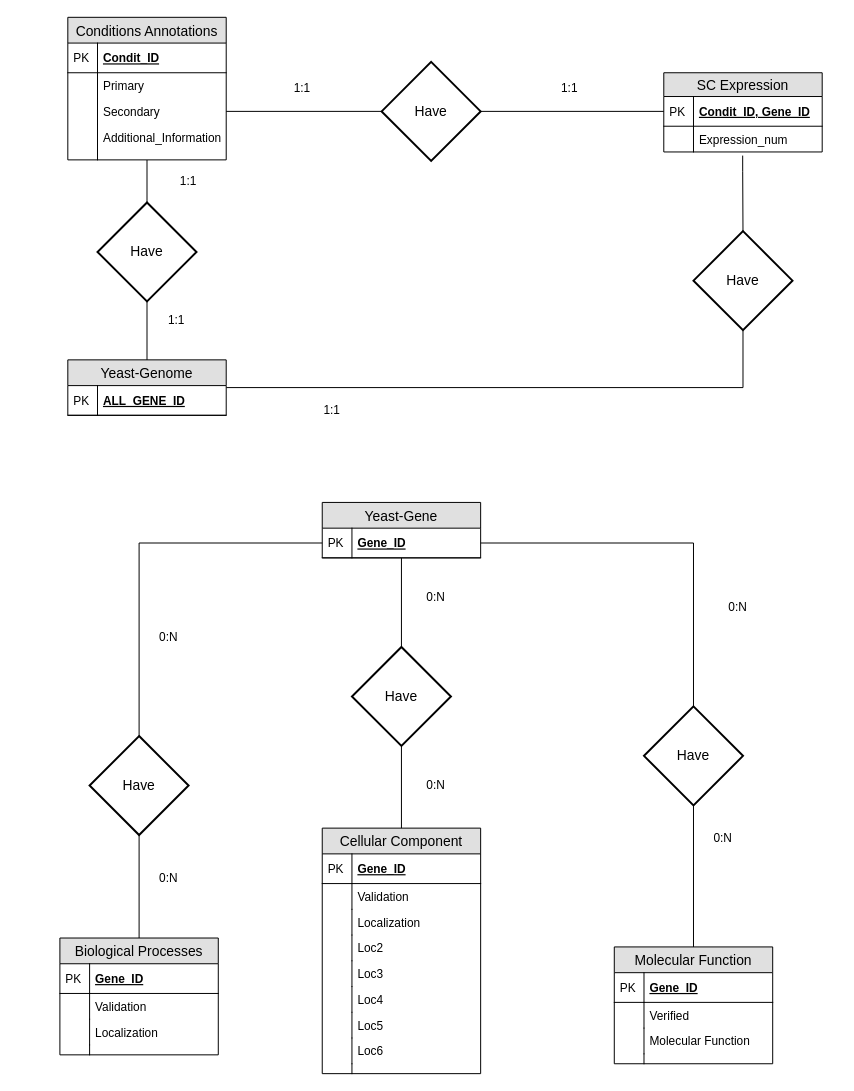
This is Yeast_Transcriptomics_DB_ER.drawio from thangdaoo/YeastTranscriptomics-DB, a draw.io file, before an edit. Source tidied: cells renumbered, new cells numbered last; positions are measured from the earlier drawing's top-left corner, leaving out a move shared by most shapes. Both pictures are drawn from the tidied source at 99%, with x=0, y=0 at pixel (59, 17).
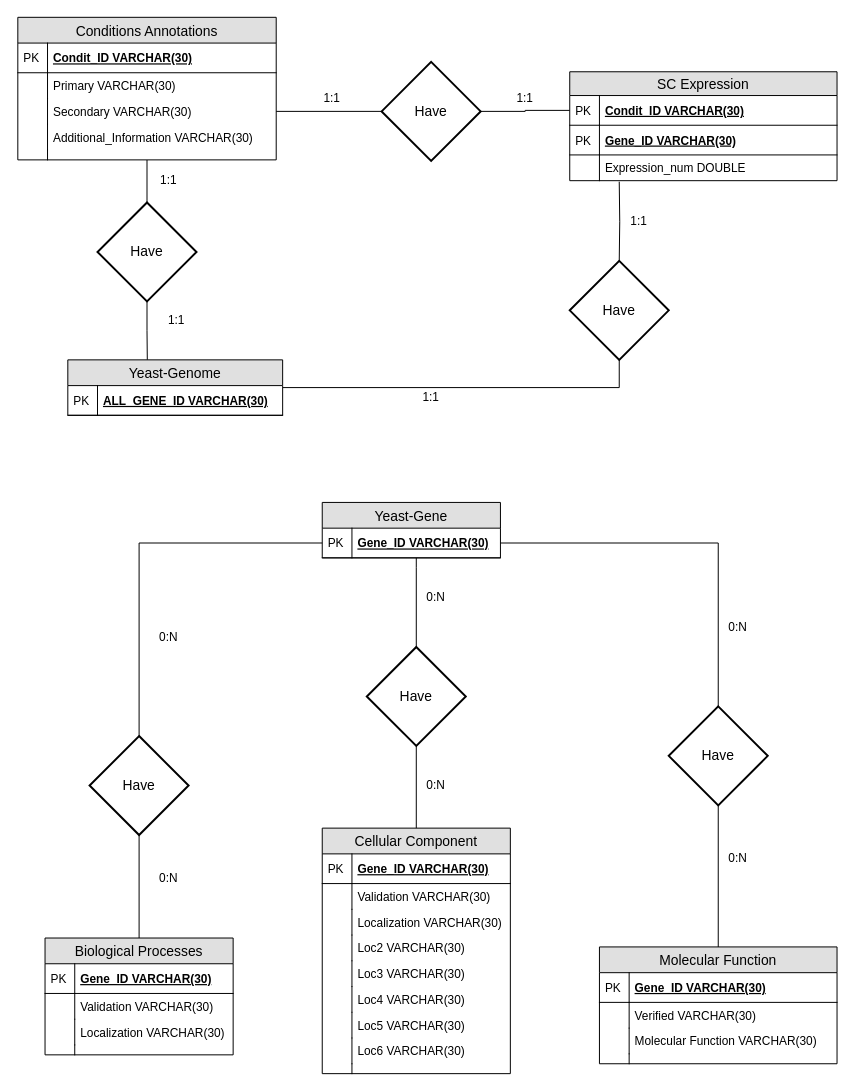
Above is the later version.

Unchanged cells that the change refers to:
```xml
<mxCell id="75" value="Have" style="shape=rhombus;strokeWidth=2;fontSize=17;perimeter=rhombusPerimeter;whiteSpace=wrap;html=1;align=center;fontSize=14;" parent="1" vertex="1">
  <mxGeometry x="38" y="187" width="100" height="100" as="geometry" />
</mxCell>
```

Change to the diagram source:
```diff
@@
     <mxCell id="3" value="Conditions Annotations" style="swimlane;fontStyle=0;horizontal=1;startSize=26;fillColor=#e0e0e0;swimlaneFillColor=#ffffff;align=center;fontSize=14;" parent="1" vertex="1">
-      <mxGeometry x="8" width="160" height="144" as="geometry" />
+      <mxGeometry x="-42.5" width="261" height="144" as="geometry" />
     </mxCell>
-    <mxCell id="4" value="Condit_ID" style="shape=partialRectangle;top=0;left=0;right=0;bottom=1;align=left;verticalAlign=middle;fillColor=none;spacingLeft=34;spacingRight=4;overflow=hidden;fontStyle=5;fontSize=12;" parent="3" vertex="1">
-      <mxGeometry y="26" width="160" height="30" as="geometry" />
+    <mxCell id="4" value="Condit_ID VARCHAR(30)" style="shape=partialRectangle;top=0;left=0;right=0;bottom=1;align=left;verticalAlign=middle;fillColor=none;spacingLeft=34;spacingRight=4;overflow=hidden;fontStyle=5;fontSize=12;" parent="3" vertex="1">
+      <mxGeometry y="26" width="261" height="30" as="geometry" />
     </mxCell>
@@
-    <mxCell id="6" value="Primary" style="shape=partialRectangle;top=0;left=0;right=0;bottom=0;align=left;verticalAlign=top;fillColor=none;spacingLeft=34;spacingRight=4;overflow=hidden;fontSize=12;" parent="3" vertex="1">
-      <mxGeometry y="56" width="160" height="26" as="geometry" />
+    <mxCell id="6" value="Primary VARCHAR(30)" style="shape=partialRectangle;top=0;left=0;right=0;bottom=0;align=left;verticalAlign=top;fillColor=none;spacingLeft=34;spacingRight=4;overflow=hidden;fontSize=12;" parent="3" vertex="1">
+      <mxGeometry y="56" width="261" height="26" as="geometry" />
     </mxCell>
@@
-    <mxCell id="8" value="Secondary" style="shape=partialRectangle;top=0;left=0;right=0;bottom=0;align=left;verticalAlign=top;fillColor=none;spacingLeft=34;spacingRight=4;overflow=hidden;points=[[0,0.5],[1,0.5]];portConstraint=eastwest;fontSize=12;" parent="3" vertex="1">
-      <mxGeometry y="82" width="160" height="26" as="geometry" />
+    <mxCell id="8" value="Secondary VARCHAR(30)" style="shape=partialRectangle;top=0;left=0;right=0;bottom=0;align=left;verticalAlign=top;fillColor=none;spacingLeft=34;spacingRight=4;overflow=hidden;points=[[0,0.5],[1,0.5]];portConstraint=eastwest;fontSize=12;" parent="3" vertex="1">
+      <mxGeometry y="82" width="261" height="26" as="geometry" />
     </mxCell>
@@
-    <mxCell id="10" value="Additional_Information" style="shape=partialRectangle;top=0;left=0;right=0;bottom=0;align=left;verticalAlign=top;fillColor=none;spacingLeft=34;spacingRight=4;overflow=hidden;fontSize=12;" parent="3" vertex="1">
-      <mxGeometry y="108" width="160" height="26" as="geometry" />
+    <mxCell id="10" value="Additional_Information VARCHAR(30)" style="shape=partialRectangle;top=0;left=0;right=0;bottom=0;align=left;verticalAlign=top;fillColor=none;spacingLeft=34;spacingRight=4;overflow=hidden;fontSize=12;" parent="3" vertex="1">
+      <mxGeometry y="108" width="261" height="26" as="geometry" />
     </mxCell>
@@
     <mxCell id="12" style="shape=partialRectangle;top=0;left=0;right=0;bottom=0;align=left;verticalAlign=top;fillColor=none;spacingLeft=34;spacingRight=4;overflow=hidden;fontSize=12;" parent="3" vertex="1">
-      <mxGeometry y="134" width="160" height="10" as="geometry" />
+      <mxGeometry y="134" width="261" height="10" as="geometry" />
     </mxCell>
@@
     <mxCell id="14" value="Biological Processes" style="swimlane;fontStyle=0;horizontal=1;startSize=26;fillColor=#e0e0e0;swimlaneFillColor=#ffffff;align=center;fontSize=14;" parent="1" vertex="1">
-      <mxGeometry y="930" width="160" height="118" as="geometry" />
+      <mxGeometry x="-15" y="930" width="190" height="118" as="geometry" />
     </mxCell>
-    <mxCell id="15" value="Gene_ID" style="shape=partialRectangle;top=0;left=0;right=0;bottom=1;align=left;verticalAlign=middle;fillColor=none;spacingLeft=34;spacingRight=4;overflow=hidden;fontStyle=5;fontSize=12;" parent="14" vertex="1">
-      <mxGeometry y="26" width="160" height="30" as="geometry" />
+    <mxCell id="15" value="Gene_ID VARCHAR(30)" style="shape=partialRectangle;top=0;left=0;right=0;bottom=1;align=left;verticalAlign=middle;fillColor=none;spacingLeft=34;spacingRight=4;overflow=hidden;fontStyle=5;fontSize=12;" parent="14" vertex="1">
+      <mxGeometry y="26" width="190" height="30" as="geometry" />
     </mxCell>
@@
-    <mxCell id="17" value="Validation" style="shape=partialRectangle;top=0;left=0;right=0;bottom=0;align=left;verticalAlign=top;fillColor=none;spacingLeft=34;spacingRight=4;overflow=hidden;fontSize=12;" parent="14" vertex="1">
-      <mxGeometry y="56" width="160" height="26" as="geometry" />
+    <mxCell id="17" value="Validation VARCHAR(30)" style="shape=partialRectangle;top=0;left=0;right=0;bottom=0;align=left;verticalAlign=top;fillColor=none;spacingLeft=34;spacingRight=4;overflow=hidden;fontSize=12;" parent="14" vertex="1">
+      <mxGeometry y="56" width="190" height="26" as="geometry" />
     </mxCell>
@@
-    <mxCell id="19" value="Localization" style="shape=partialRectangle;top=0;left=0;right=0;bottom=0;align=left;verticalAlign=top;fillColor=none;spacingLeft=34;spacingRight=4;overflow=hidden;fontSize=12;" parent="14" vertex="1">
-      <mxGeometry y="82" width="160" height="26" as="geometry" />
+    <mxCell id="19" value="Localization VARCHAR(30)" style="shape=partialRectangle;top=0;left=0;right=0;bottom=0;align=left;verticalAlign=top;fillColor=none;spacingLeft=34;spacingRight=4;overflow=hidden;fontSize=12;" parent="14" vertex="1">
+      <mxGeometry y="82" width="190" height="26" as="geometry" />
     </mxCell>
@@
     <mxCell id="21" style="shape=partialRectangle;top=0;left=0;right=0;bottom=0;align=left;verticalAlign=top;fillColor=none;spacingLeft=34;spacingRight=4;overflow=hidden;fontSize=12;" parent="14" vertex="1">
-      <mxGeometry y="108" width="160" height="10" as="geometry" />
+      <mxGeometry y="108" width="190" height="10" as="geometry" />
     </mxCell>
@@
     <mxCell id="23" value="Cellular Component" style="swimlane;fontStyle=0;horizontal=1;startSize=26;fillColor=#e0e0e0;swimlaneFillColor=#ffffff;align=center;fontSize=14;" parent="1" vertex="1">
-      <mxGeometry x="265" y="819" width="160" height="248" as="geometry" />
+      <mxGeometry x="265" y="819" width="190" height="248" as="geometry" />
     </mxCell>
-    <mxCell id="24" value="Gene_ID" style="shape=partialRectangle;top=0;left=0;right=0;bottom=1;align=left;verticalAlign=middle;fillColor=none;spacingLeft=34;spacingRight=4;overflow=hidden;fontStyle=5;fontSize=12;" parent="23" vertex="1">
-      <mxGeometry y="26" width="160" height="30" as="geometry" />
+    <mxCell id="24" value="Gene_ID VARCHAR(30)" style="shape=partialRectangle;top=0;left=0;right=0;bottom=1;align=left;verticalAlign=middle;fillColor=none;spacingLeft=34;spacingRight=4;overflow=hidden;fontStyle=5;fontSize=12;" parent="23" vertex="1">
+      <mxGeometry y="26" width="190" height="30" as="geometry" />
     </mxCell>
@@
-    <mxCell id="26" value="Validation" style="shape=partialRectangle;top=0;left=0;right=0;bottom=0;align=left;verticalAlign=top;fillColor=none;spacingLeft=34;spacingRight=4;overflow=hidden;fontSize=12;" parent="23" vertex="1">
-      <mxGeometry y="56" width="160" height="26" as="geometry" />
+    <mxCell id="26" value="Validation VARCHAR(30)" style="shape=partialRectangle;top=0;left=0;right=0;bottom=0;align=left;verticalAlign=top;fillColor=none;spacingLeft=34;spacingRight=4;overflow=hidden;fontSize=12;" parent="23" vertex="1">
+      <mxGeometry y="56" width="190" height="26" as="geometry" />
     </mxCell>
@@
-    <mxCell id="28" value="Localization" style="shape=partialRectangle;top=0;left=0;right=0;bottom=0;align=left;verticalAlign=top;fillColor=none;spacingLeft=34;spacingRight=4;overflow=hidden;fontSize=12;" parent="23" vertex="1">
-      <mxGeometry y="82" width="160" height="26" as="geometry" />
+    <mxCell id="28" value="Localization VARCHAR(30)" style="shape=partialRectangle;top=0;left=0;right=0;bottom=0;align=left;verticalAlign=top;fillColor=none;spacingLeft=34;spacingRight=4;overflow=hidden;fontSize=12;" parent="23" vertex="1">
+      <mxGeometry y="82" width="190" height="26" as="geometry" />
     </mxCell>
@@
-    <mxCell id="30" value="Loc2" style="shape=partialRectangle;top=0;left=0;right=0;bottom=0;align=left;verticalAlign=top;fillColor=none;spacingLeft=34;spacingRight=4;overflow=hidden;fontSize=12;" parent="23" vertex="1">
-      <mxGeometry y="108" width="160" height="26" as="geometry" />
+    <mxCell id="30" value="Loc2 VARCHAR(30)" style="shape=partialRectangle;top=0;left=0;right=0;bottom=0;align=left;verticalAlign=top;fillColor=none;spacingLeft=34;spacingRight=4;overflow=hidden;fontSize=12;" parent="23" vertex="1">
+      <mxGeometry y="108" width="190" height="26" as="geometry" />
     </mxCell>
@@
-    <mxCell id="32" value="Loc3" style="shape=partialRectangle;top=0;left=0;right=0;bottom=0;align=left;verticalAlign=top;fillColor=none;spacingLeft=34;spacingRight=4;overflow=hidden;fontSize=12;" parent="23" vertex="1">
-      <mxGeometry y="134" width="160" height="26" as="geometry" />
+    <mxCell id="32" value="Loc3 VARCHAR(30)" style="shape=partialRectangle;top=0;left=0;right=0;bottom=0;align=left;verticalAlign=top;fillColor=none;spacingLeft=34;spacingRight=4;overflow=hidden;fontSize=12;" parent="23" vertex="1">
+      <mxGeometry y="134" width="190" height="26" as="geometry" />
     </mxCell>
@@
-    <mxCell id="34" value="Loc4" style="shape=partialRectangle;top=0;left=0;right=0;bottom=0;align=left;verticalAlign=top;fillColor=none;spacingLeft=34;spacingRight=4;overflow=hidden;fontSize=12;" parent="23" vertex="1">
-      <mxGeometry y="160" width="160" height="26" as="geometry" />
+    <mxCell id="34" value="Loc4 VARCHAR(30)" style="shape=partialRectangle;top=0;left=0;right=0;bottom=0;align=left;verticalAlign=top;fillColor=none;spacingLeft=34;spacingRight=4;overflow=hidden;fontSize=12;" parent="23" vertex="1">
+      <mxGeometry y="160" width="190" height="26" as="geometry" />
     </mxCell>
@@
-    <mxCell id="36" value="Loc5" style="shape=partialRectangle;top=0;left=0;right=0;bottom=0;align=left;verticalAlign=top;fillColor=none;spacingLeft=34;spacingRight=4;overflow=hidden;fontSize=12;" parent="23" vertex="1">
-      <mxGeometry y="186" width="160" height="26" as="geometry" />
+    <mxCell id="36" value="Loc5 VARCHAR(30)" style="shape=partialRectangle;top=0;left=0;right=0;bottom=0;align=left;verticalAlign=top;fillColor=none;spacingLeft=34;spacingRight=4;overflow=hidden;fontSize=12;" parent="23" vertex="1">
+      <mxGeometry y="186" width="190" height="26" as="geometry" />
     </mxCell>
@@
-    <mxCell id="38" value="Loc6" style="shape=partialRectangle;top=0;left=0;right=0;bottom=0;align=left;verticalAlign=top;fillColor=none;spacingLeft=34;spacingRight=4;overflow=hidden;fontSize=12;" parent="23" vertex="1">
-      <mxGeometry y="212" width="160" height="26" as="geometry" />
+    <mxCell id="38" value="Loc6 VARCHAR(30)" style="shape=partialRectangle;top=0;left=0;right=0;bottom=0;align=left;verticalAlign=top;fillColor=none;spacingLeft=34;spacingRight=4;overflow=hidden;fontSize=12;" parent="23" vertex="1">
+      <mxGeometry y="212" width="190" height="26" as="geometry" />
     </mxCell>
@@
     <mxCell id="40" style="shape=partialRectangle;top=0;left=0;right=0;bottom=0;align=left;verticalAlign=top;fillColor=none;spacingLeft=34;spacingRight=4;overflow=hidden;fontSize=12;" parent="23" vertex="1">
-      <mxGeometry y="238" width="160" height="10" as="geometry" />
+      <mxGeometry y="238" width="190" height="10" as="geometry" />
     </mxCell>
@@
     <mxCell id="42" value="Molecular Function" style="swimlane;fontStyle=0;horizontal=1;startSize=26;fillColor=#e0e0e0;swimlaneFillColor=#ffffff;align=center;fontSize=14;" parent="1" vertex="1">
-      <mxGeometry x="560" y="939" width="160" height="118" as="geometry" />
+      <mxGeometry x="545" y="939" width="240" height="118" as="geometry" />
     </mxCell>
-    <mxCell id="43" value="Gene_ID" style="shape=partialRectangle;top=0;left=0;right=0;bottom=1;align=left;verticalAlign=middle;fillColor=none;spacingLeft=34;spacingRight=4;overflow=hidden;fontStyle=5;fontSize=12;" parent="42" vertex="1">
-      <mxGeometry y="26" width="160" height="30" as="geometry" />
+    <mxCell id="43" value="Gene_ID VARCHAR(30)" style="shape=partialRectangle;top=0;left=0;right=0;bottom=1;align=left;verticalAlign=middle;fillColor=none;spacingLeft=34;spacingRight=4;overflow=hidden;fontStyle=5;fontSize=12;" parent="42" vertex="1">
+      <mxGeometry y="26" width="240" height="30" as="geometry" />
     </mxCell>
@@
-    <mxCell id="45" value="Verified" style="shape=partialRectangle;top=0;left=0;right=0;bottom=0;align=left;verticalAlign=top;fillColor=none;spacingLeft=34;spacingRight=4;overflow=hidden;fontSize=12;" parent="42" vertex="1">
-      <mxGeometry y="56" width="160" height="26" as="geometry" />
+    <mxCell id="45" value="Verified VARCHAR(30)" style="shape=partialRectangle;top=0;left=0;right=0;bottom=0;align=left;verticalAlign=top;fillColor=none;spacingLeft=34;spacingRight=4;overflow=hidden;fontSize=12;" parent="42" vertex="1">
+      <mxGeometry y="56" width="240" height="26" as="geometry" />
     </mxCell>
@@
-    <mxCell id="47" value="Molecular Function" style="shape=partialRectangle;top=0;left=0;right=0;bottom=0;align=left;verticalAlign=top;fillColor=none;spacingLeft=34;spacingRight=4;overflow=hidden;fontSize=12;" parent="42" vertex="1">
-      <mxGeometry y="82" width="160" height="26" as="geometry" />
+    <mxCell id="47" value="Molecular Function VARCHAR(30)" style="shape=partialRectangle;top=0;left=0;right=0;bottom=0;align=left;verticalAlign=top;fillColor=none;spacingLeft=34;spacingRight=4;overflow=hidden;fontSize=12;" parent="42" vertex="1">
+      <mxGeometry y="82" width="240" height="26" as="geometry" />
     </mxCell>
@@
     <mxCell id="49" style="shape=partialRectangle;top=0;left=0;right=0;bottom=0;align=left;verticalAlign=top;fillColor=none;spacingLeft=34;spacingRight=4;overflow=hidden;fontSize=12;" parent="42" vertex="1">
-      <mxGeometry y="108" width="160" height="10" as="geometry" />
+      <mxGeometry y="108" width="240" height="10" as="geometry" />
     </mxCell>
@@
     <mxCell id="51" value="SC Expression" style="swimlane;fontStyle=0;horizontal=1;startSize=24;fillColor=#e0e0e0;swimlaneFillColor=#ffffff;align=center;fontSize=14;" parent="1" vertex="1">
-      <mxGeometry x="610" y="56" width="160" height="80" as="geometry" />
+      <mxGeometry x="515" y="55" width="270" height="110" as="geometry" />
     </mxCell>
-    <mxCell id="52" value="Condit_ID, Gene_ID" style="shape=partialRectangle;top=0;left=0;right=0;bottom=1;align=left;verticalAlign=middle;fillColor=none;spacingLeft=34;spacingRight=4;overflow=hidden;points=[[0,0.5],[1,0.5]];portConstraint=eastwest;fontStyle=5;fontSize=12;" parent="51" vertex="1">
-      <mxGeometry y="24" width="160" height="30" as="geometry" />
+    <mxCell id="52" value="Condit_ID VARCHAR(30)" style="shape=partialRectangle;top=0;left=0;right=0;bottom=1;align=left;verticalAlign=middle;fillColor=none;spacingLeft=34;spacingRight=4;overflow=hidden;points=[[0,0.5],[1,0.5]];portConstraint=eastwest;fontStyle=5;fontSize=12;" parent="51" vertex="1">
+      <mxGeometry y="24" width="270" height="30" as="geometry" />
     </mxCell>
@@
+    <mxCell id="90" value="Gene_ID VARCHAR(30)" style="shape=partialRectangle;top=0;left=0;right=0;bottom=1;align=left;verticalAlign=middle;fillColor=none;spacingLeft=34;spacingRight=4;overflow=hidden;fontStyle=5;fontSize=12;" parent="51" vertex="1">
+      <mxGeometry y="54" width="270" height="30" as="geometry" />
+    </mxCell>
+    <mxCell id="91" value="PK" style="shape=partialRectangle;top=0;left=0;bottom=0;fillColor=none;align=left;verticalAlign=middle;spacingLeft=4;spacingRight=4;overflow=hidden;fontSize=12;" parent="90" vertex="1">
+      <mxGeometry width="30" height="30" as="geometry" />
+    </mxCell>
-    <mxCell id="54" value="Expression_num" style="shape=partialRectangle;top=0;left=0;right=0;bottom=0;align=left;verticalAlign=top;fillColor=none;spacingLeft=34;spacingRight=4;overflow=hidden;points=[[0,0.5],[1,0.5]];portConstraint=eastwest;fontSize=12;" parent="51" vertex="1">
-      <mxGeometry y="54" width="160" height="26" as="geometry" />
+    <mxCell id="54" value="Expression_num DOUBLE" style="shape=partialRectangle;top=0;left=0;right=0;bottom=0;align=left;verticalAlign=top;fillColor=none;spacingLeft=34;spacingRight=4;overflow=hidden;points=[[0,0.5],[1,0.5]];portConstraint=eastwest;fontSize=12;" parent="51" vertex="1">
+      <mxGeometry y="84" width="270" height="26" as="geometry" />
     </mxCell>
@@
     <mxCell id="56" style="edgeStyle=orthogonalEdgeStyle;rounded=0;jettySize=auto;html=1;entryX=0.5;entryY=0;entryDx=0;entryDy=0;endArrow=none;endFill=0;" parent="1" edge="1" source="57" target="63">
-      <mxGeometry relative="1" as="geometry" />
+      <mxGeometry relative="1" as="geometry">
+        <Array as="points">
+          <mxPoint x="360" y="556" />
+          <mxPoint x="360" y="556" />
+        </Array>
+      </mxGeometry>
     </mxCell>
     <mxCell id="57" value="Yeast-Gene" style="swimlane;fontStyle=0;horizontal=1;startSize=26;fillColor=#e0e0e0;swimlaneFillColor=#ffffff;align=center;fontSize=14;" parent="1" vertex="1">
-      <mxGeometry x="265" y="490" width="160" height="56" as="geometry" />
+      <mxGeometry x="265" y="490" width="180" height="56" as="geometry" />
     </mxCell>
-    <mxCell id="58" value="Gene_ID" style="shape=partialRectangle;top=0;left=0;right=0;bottom=1;align=left;verticalAlign=middle;fillColor=none;spacingLeft=34;spacingRight=4;overflow=hidden;points=[[0,0.5],[1,0.5]];portConstraint=eastwest;fontStyle=5;fontSize=12;" parent="57" vertex="1">
-      <mxGeometry y="26" width="160" height="30" as="geometry" />
+    <mxCell id="58" value="Gene_ID VARCHAR(30)" style="shape=partialRectangle;top=0;left=0;right=0;bottom=1;align=left;verticalAlign=middle;fillColor=none;spacingLeft=34;spacingRight=4;overflow=hidden;points=[[0,0.5],[1,0.5]];portConstraint=eastwest;fontStyle=5;fontSize=12;" parent="57" vertex="1">
+      <mxGeometry y="26" width="180" height="30" as="geometry" />
     </mxCell>
@@
     <mxCell id="63" value="Have" style="shape=rhombus;strokeWidth=2;fontSize=17;perimeter=rhombusPerimeter;whiteSpace=wrap;html=1;align=center;fontSize=14;" parent="1" vertex="1">
-      <mxGeometry x="295" y="636" width="100" height="100" as="geometry" />
+      <mxGeometry x="310" y="636" width="100" height="100" as="geometry" />
     </mxCell>
@@
     <mxCell id="65" value="Have" style="shape=rhombus;strokeWidth=2;fontSize=17;perimeter=rhombusPerimeter;whiteSpace=wrap;html=1;align=center;fontSize=14;" parent="1" vertex="1">
-      <mxGeometry x="590" y="696" width="100" height="100" as="geometry" />
+      <mxGeometry x="615" y="696" width="100" height="100" as="geometry" />
     </mxCell>
@@
     <mxCell id="69" value="Yeast-Genome" style="swimlane;fontStyle=0;horizontal=1;startSize=26;fillColor=#e0e0e0;swimlaneFillColor=#ffffff;align=center;fontSize=14;" parent="1" vertex="1">
-      <mxGeometry x="8" y="346" width="160" height="56" as="geometry" />
+      <mxGeometry x="8" y="346" width="217" height="56" as="geometry" />
     </mxCell>
-    <mxCell id="70" value="ALL_GENE_ID" style="shape=partialRectangle;top=0;left=0;right=0;bottom=1;align=left;verticalAlign=middle;fillColor=none;spacingLeft=34;spacingRight=4;overflow=hidden;fontStyle=5;fontSize=12;" parent="69" vertex="1">
-      <mxGeometry y="26" width="160" height="30" as="geometry" />
+    <mxCell id="70" value="ALL_GENE_ID VARCHAR(30)" style="shape=partialRectangle;top=0;left=0;right=0;bottom=1;align=left;verticalAlign=middle;fillColor=none;spacingLeft=34;spacingRight=4;overflow=hidden;fontStyle=5;fontSize=12;" parent="69" vertex="1">
+      <mxGeometry y="26" width="217" height="30" as="geometry" />
     </mxCell>
@@
-    <mxCell id="74" style="edgeStyle=orthogonalEdgeStyle;rounded=0;jettySize=auto;html=1;entryX=0.5;entryY=0;entryDx=0;entryDy=0;endArrow=none;endFill=0;" parent="1" edge="1" source="75" target="69">
+    <mxCell id="74" style="edgeStyle=orthogonalEdgeStyle;rounded=0;jettySize=auto;html=1;endArrow=none;endFill=0;entryX=0.37;entryY=-0.003;entryDx=0;entryDy=0;entryPerimeter=0;" parent="1" edge="1" source="75" target="69">
       <mxGeometry relative="1" as="geometry" />
     </mxCell>
@@
     <mxCell id="77" value="1:1" style="text;html=1;strokeColor=none;fillColor=none;align=center;verticalAlign=middle;whiteSpace=wrap;rounded=0;" parent="1" vertex="1">
-      <mxGeometry x="110" y="155.5" width="40" height="20" as="geometry" />
+      <mxGeometry x="90" y="155" width="40" height="20" as="geometry" />
     </mxCell>
@@
     <mxCell id="79" value="1:1" style="text;html=1;strokeColor=none;fillColor=none;align=center;verticalAlign=middle;whiteSpace=wrap;rounded=0;" parent="1" vertex="1">
-      <mxGeometry x="225" y="62" width="40" height="20" as="geometry" />
+      <mxGeometry x="255" y="72" width="40" height="20" as="geometry" />
     </mxCell>
     <mxCell id="80" value="1:1" style="text;html=1;strokeColor=none;fillColor=none;align=center;verticalAlign=middle;whiteSpace=wrap;rounded=0;" parent="1" vertex="1">
-      <mxGeometry x="255" y="387" width="40" height="20" as="geometry" />
+      <mxGeometry x="355" y="374" width="40" height="20" as="geometry" />
     </mxCell>
     <mxCell id="81" value="1:1" style="text;html=1;strokeColor=none;fillColor=none;align=center;verticalAlign=middle;whiteSpace=wrap;rounded=0;" parent="1" vertex="1">
-      <mxGeometry x="495" y="62" width="40" height="20" as="geometry" />
+      <mxGeometry x="450" y="72" width="40" height="20" as="geometry" />
     </mxCell>
@@
     <mxCell id="84" value="0:N" style="text;html=1;strokeColor=none;fillColor=none;align=center;verticalAlign=middle;whiteSpace=wrap;rounded=0;" parent="1" vertex="1">
-      <mxGeometry x="665" y="586" width="40" height="20" as="geometry" />
+      <mxGeometry x="665" y="606" width="40" height="20" as="geometry" />
     </mxCell>
@@
     <mxCell id="87" value="0:N" style="text;html=1;strokeColor=none;fillColor=none;align=center;verticalAlign=middle;whiteSpace=wrap;rounded=0;" parent="1" vertex="1">
-      <mxGeometry x="650" y="819" width="40" height="20" as="geometry" />
+      <mxGeometry x="665" y="840" width="40" height="20" as="geometry" />
     </mxCell>
     <mxCell id="88" value="Have" style="shape=rhombus;strokeWidth=2;fontSize=17;perimeter=rhombusPerimeter;whiteSpace=wrap;html=1;align=center;fontSize=14;" parent="1" vertex="1">
-      <mxGeometry x="640" y="216" width="100" height="100" as="geometry" />
+      <mxGeometry x="515" y="246" width="100" height="100" as="geometry" />
     </mxCell>
-    <mxCell id="89" style="edgeStyle=orthogonalEdgeStyle;rounded=0;jettySize=auto;html=1;entryX=0.5;entryY=0;entryDx=0;entryDy=0;endArrow=none;endFill=0;exitX=0.498;exitY=1.141;exitDx=0;exitDy=0;exitPerimeter=0;" parent="1" edge="1" source="54" target="88">
-      <mxGeometry relative="1" as="geometry">
-        <Array as="points">
-          <mxPoint x="690" y="156" />
-          <mxPoint x="690" y="156" />
-        </Array>
-      </mxGeometry>
-    </mxCell>
+    <mxCell id="92" style="edgeStyle=orthogonalEdgeStyle;rounded=0;jettySize=auto;html=1;entryX=0.5;entryY=0;entryDx=0;entryDy=0;endArrow=none;endFill=0;" parent="1" edge="1" target="88">
+      <mxGeometry relative="1" as="geometry">
+        <mxPoint x="565" y="166" as="sourcePoint" />
+      </mxGeometry>
+    </mxCell>
+    <mxCell id="93" value="1:1" style="text;html=1;strokeColor=none;fillColor=none;align=center;verticalAlign=middle;whiteSpace=wrap;rounded=0;" parent="1" vertex="1">
+      <mxGeometry x="565" y="195.5" width="40" height="20" as="geometry" />
+    </mxCell>
```
